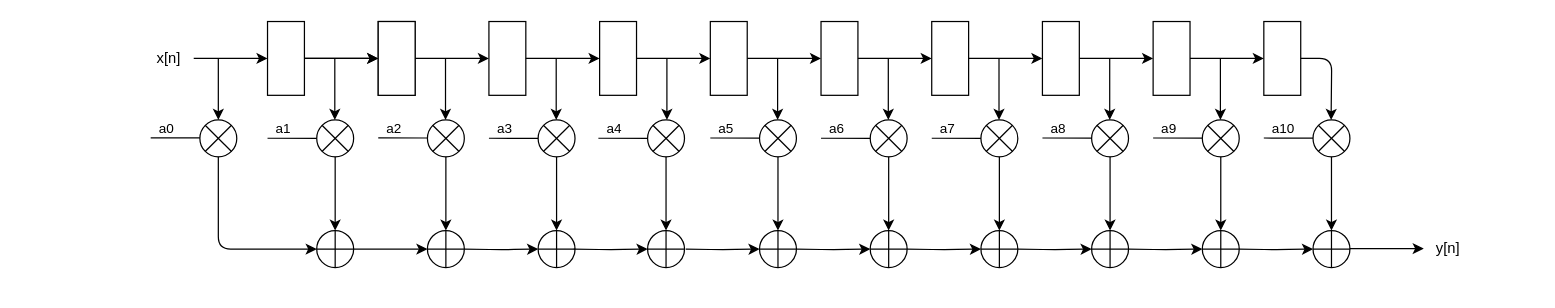
Above: report/schematic/FIR.drawio in lorenzocarrano/ISA_2021_Group21_Labs (draw.io), before the change. Source tidied: cells renumbered, new cells numbered last; positions are measured from the earlier drawing's top-left corner, leaving out a move shared by most shapes. Both pictures are drawn from the tidied source at 123%, with x=0, y=0 at pixel (144, 21).
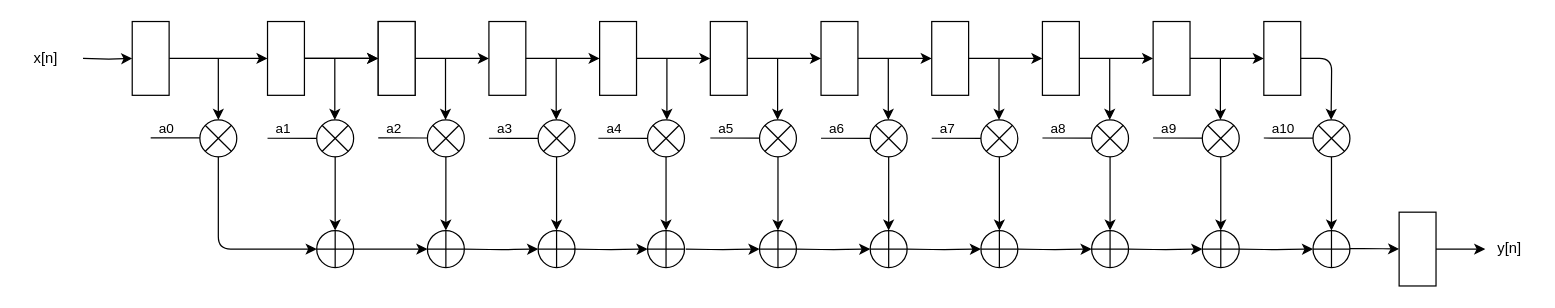
After the change.

Change to the diagram source:
```diff
@@
-    <mxCell id="66" style="endArrow=classic;html=1;edgeStyle=orthogonalEdgeStyle;elbow=vertical;entryX=0;entryY=0.5;entryDx=0;entryDy=0;entryPerimeter=0;" parent="1" edge="1">
+    <mxCell id="66" style="endArrow=classic;html=1;edgeStyle=orthogonalEdgeStyle;elbow=vertical;" parent="1" edge="1">
       <mxGeometry relative="1" as="geometry">
         <mxPoint x="980" y="184.6" as="sourcePoint" />
-        <mxPoint x="1040" y="184.6" as="targetPoint" />
+        <mxPoint x="1020" y="185" as="targetPoint" />
+        <Array as="points">
+          <mxPoint x="1000" y="185" />
+          <mxPoint x="1000" y="185" />
+        </Array>
       </mxGeometry>
     </mxCell>
@@
-    <mxCell id="73" style="endArrow=classic;html=1;" parent="1" edge="1">
+    <mxCell id="73" style="endArrow=classic;html=1;exitX=1;exitY=0.5;exitDx=0;exitDy=0;" parent="1" edge="1" source="109">
       <mxGeometry relative="1" as="geometry">
-        <mxPoint x="40" y="30" as="sourcePoint" />
         <mxPoint x="100" y="30" as="targetPoint" />
         <Array as="points">
           <mxPoint x="70" y="30" />
         </Array>
       </mxGeometry>
     </mxCell>
@@
+    <mxCell id="108" style="edgeStyle=orthogonalEdgeStyle;rounded=0;jettySize=auto;html=1;entryX=0;entryY=0.5;entryDx=0;entryDy=0;" parent="1" edge="1" target="109">
+      <mxGeometry relative="1" as="geometry">
+        <mxPoint x="-50" y="30" as="sourcePoint" />
+      </mxGeometry>
+    </mxCell>
     <mxCell id="106" value="x[n]" style="text;html=1;strokeColor=none;fillColor=none;align=center;verticalAlign=middle;whiteSpace=wrap;rounded=0;" parent="1" vertex="1">
-      <mxGeometry y="20" width="40" height="20" as="geometry" />
+      <mxGeometry x="-100" y="20" width="40" height="20" as="geometry" />
     </mxCell>
     <mxCell id="107" value="y[n]" style="text;html=1;strokeColor=none;fillColor=none;align=center;verticalAlign=middle;whiteSpace=wrap;rounded=0;" parent="1" vertex="1">
-      <mxGeometry x="1040" y="175" width="40" height="20" as="geometry" />
+      <mxGeometry x="1090" y="175" width="40" height="20" as="geometry" />
     </mxCell>
+    <mxCell id="109" style="rounded=0;whiteSpace=wrap;html=1;" parent="1" vertex="1">
+      <mxGeometry x="-10" width="30" height="60" as="geometry" />
+    </mxCell>
+    <mxCell id="110" style="edgeStyle=orthogonalEdgeStyle;rounded=0;jettySize=auto;html=1;exitX=1;exitY=0.5;exitDx=0;exitDy=0;" parent="1" edge="1" source="111">
+      <mxGeometry relative="1" as="geometry">
+        <mxPoint x="1090" y="185" as="targetPoint" />
+      </mxGeometry>
+    </mxCell>
+    <mxCell id="111" style="rounded=0;whiteSpace=wrap;html=1;" parent="1" vertex="1">
+      <mxGeometry x="1020" y="155" width="30" height="60" as="geometry" />
+    </mxCell>
```
